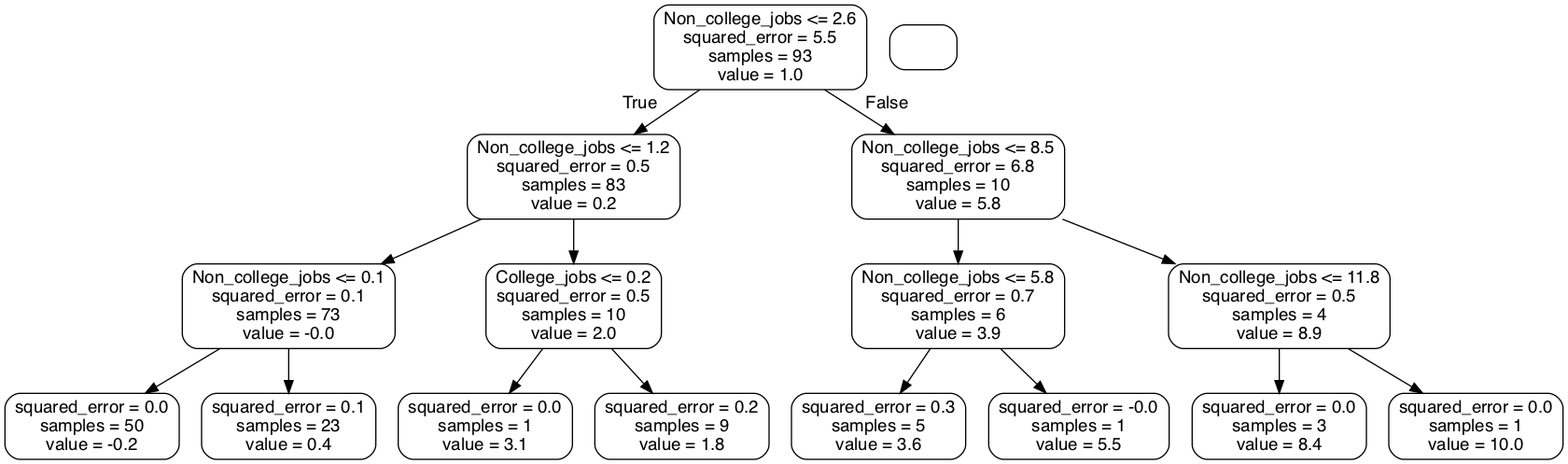
The Graphviz diagram small_tree.png in puneettokhi/CMPE255, before a commit. Its source is kept beside it as small_tree.dot. Its diagram source:
```dot
digraph Tree {
node [shape=box, style="rounded", color="black", fontname="helvetica"] ;
edge [fontname="helvetica"] ;
0 [label="Non_college_jobs <= 2.6\nsquared_error = 5.5\nsamples = 93\nvalue = 1.0"] ;
1 [label="Non_college_jobs <= 1.2\nsquared_error = 0.5\nsamples = 83\nvalue = 0.2"] ;
0 -> 1 [labeldistance=2.5, labelangle=45, headlabel="True"] ;
2 [label="Non_college_jobs <= 0.1\nsquared_error = 0.1\nsamples = 73\nvalue = -0.0"] ;
1 -> 2 ;
3 [label="squared_error = 0.0\nsamples = 50\nvalue = -0.2"] ;
2 -> 3 ;
4 [label="squared_error = 0.1\nsamples = 23\nvalue = 0.4"] ;
2 -> 4 ;
5 [label="College_jobs <= 0.2\nsquared_error = 0.5\nsamples = 10\nvalue = 2.0"] ;
1 -> 5 ;
6 [label="squared_error = 0.0\nsamples = 1\nvalue = 3.1"] ;
5 -> 6 ;
7 [label="squared_error = 0.2\nsamples = 9\nvalue = 1.8"] ;
5 -> 7 ;
8 [label="Non_college_jobs <= 8.5\nsquared_error = 6.8\nsamples = 10\nvalue = 5.8"] ;
0 -> 8 [labeldistance=2.5, labelangle=-45, headlabel="False"] ;
9 [label="Non_college_jobs <= 5.8\nsquared_error = 0.7\nsamples = 6\nvalue = 3.9"] ;
8 -> 9 ;
10 [label="squared_error = 0.3\nsamples = 5\nvalue = 3.6"] ;
9 -> 10 ;
11 [label="squared_error = -0.0\nsamples = 1\nvalue = 5.5"] ;
9 -> 11 ;
12 [label="Non_college_jobs <= 11.8\nsquared_error = 0.5\nsamples = 4\nvalue = 8.9"] ;
8 -> 12 ;
13 [label="squared_error = 0.0\nsamples = 3\nvalue = 8.4"] ;
12 -> 13 ;
14 [label="squared_error = 0.0\nsamples = 1\nvalue = 10.0"] ;
12 -> 14 ;
}
```
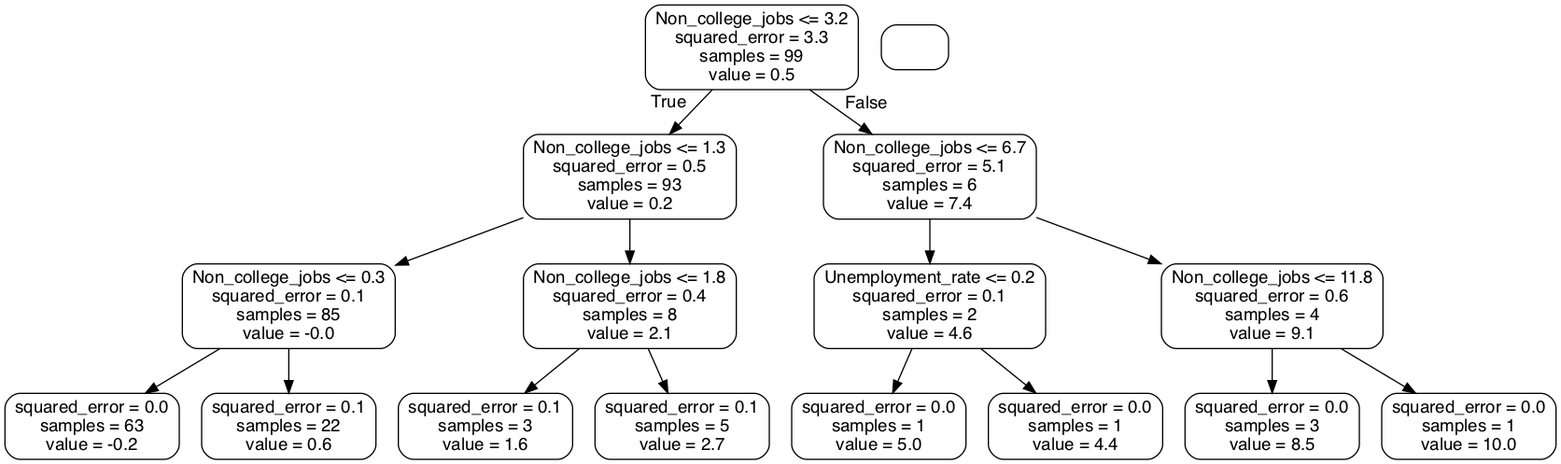
The same file after the commit.

Diff of the diagram source:
```diff
@@ -1,32 +1,32 @@
 digraph Tree {
 node [shape=box, style="rounded", color="black", fontname="helvetica"] ;
 edge [fontname="helvetica"] ;
-0 [label="Non_college_jobs <= 2.6\nsquared_error = 5.5\nsamples = 93\nvalue = 1.0"] ;
-1 [label="Non_college_jobs <= 1.2\nsquared_error = 0.5\nsamples = 83\nvalue = 0.2"] ;
+0 [label="Non_college_jobs <= 3.2\nsquared_error = 3.3\nsamples = 99\nvalue = 0.5"] ;
+1 [label="Non_college_jobs <= 1.3\nsquared_error = 0.5\nsamples = 93\nvalue = 0.2"] ;
 0 -> 1 [labeldistance=2.5, labelangle=45, headlabel="True"] ;
-2 [label="Non_college_jobs <= 0.1\nsquared_error = 0.1\nsamples = 73\nvalue = -0.0"] ;
+2 [label="Non_college_jobs <= 0.3\nsquared_error = 0.1\nsamples = 85\nvalue = -0.0"] ;
 1 -> 2 ;
-3 [label="squared_error = 0.0\nsamples = 50\nvalue = -0.2"] ;
+3 [label="squared_error = 0.0\nsamples = 63\nvalue = -0.2"] ;
 2 -> 3 ;
-4 [label="squared_error = 0.1\nsamples = 23\nvalue = 0.4"] ;
+4 [label="squared_error = 0.1\nsamples = 22\nvalue = 0.6"] ;
 2 -> 4 ;
-5 [label="College_jobs <= 0.2\nsquared_error = 0.5\nsamples = 10\nvalue = 2.0"] ;
+5 [label="Non_college_jobs <= 1.8\nsquared_error = 0.4\nsamples = 8\nvalue = 2.1"] ;
 1 -> 5 ;
-6 [label="squared_error = 0.0\nsamples = 1\nvalue = 3.1"] ;
+6 [label="squared_error = 0.1\nsamples = 3\nvalue = 1.6"] ;
 5 -> 6 ;
-7 [label="squared_error = 0.2\nsamples = 9\nvalue = 1.8"] ;
+7 [label="squared_error = 0.1\nsamples = 5\nvalue = 2.7"] ;
 5 -> 7 ;
-8 [label="Non_college_jobs <= 8.5\nsquared_error = 6.8\nsamples = 10\nvalue = 5.8"] ;
+8 [label="Non_college_jobs <= 6.7\nsquared_error = 5.1\nsamples = 6\nvalue = 7.4"] ;
 0 -> 8 [labeldistance=2.5, labelangle=-45, headlabel="False"] ;
-9 [label="Non_college_jobs <= 5.8\nsquared_error = 0.7\nsamples = 6\nvalue = 3.9"] ;
+9 [label="Unemployment_rate <= 0.2\nsquared_error = 0.1\nsamples = 2\nvalue = 4.6"] ;
 8 -> 9 ;
-10 [label="squared_error = 0.3\nsamples = 5\nvalue = 3.6"] ;
+10 [label="squared_error = 0.0\nsamples = 1\nvalue = 5.0"] ;
 9 -> 10 ;
-11 [label="squared_error = -0.0\nsamples = 1\nvalue = 5.5"] ;
+11 [label="squared_error = 0.0\nsamples = 1\nvalue = 4.4"] ;
 9 -> 11 ;
-12 [label="Non_college_jobs <= 11.8\nsquared_error = 0.5\nsamples = 4\nvalue = 8.9"] ;
+12 [label="Non_college_jobs <= 11.8\nsquared_error = 0.6\nsamples = 4\nvalue = 9.1"] ;
 8 -> 12 ;
-13 [label="squared_error = 0.0\nsamples = 3\nvalue = 8.4"] ;
+13 [label="squared_error = 0.0\nsamples = 3\nvalue = 8.5"] ;
 12 -> 13 ;
 14 [label="squared_error = 0.0\nsamples = 1\nvalue = 10.0"] ;
 12 -> 14 ;
```
